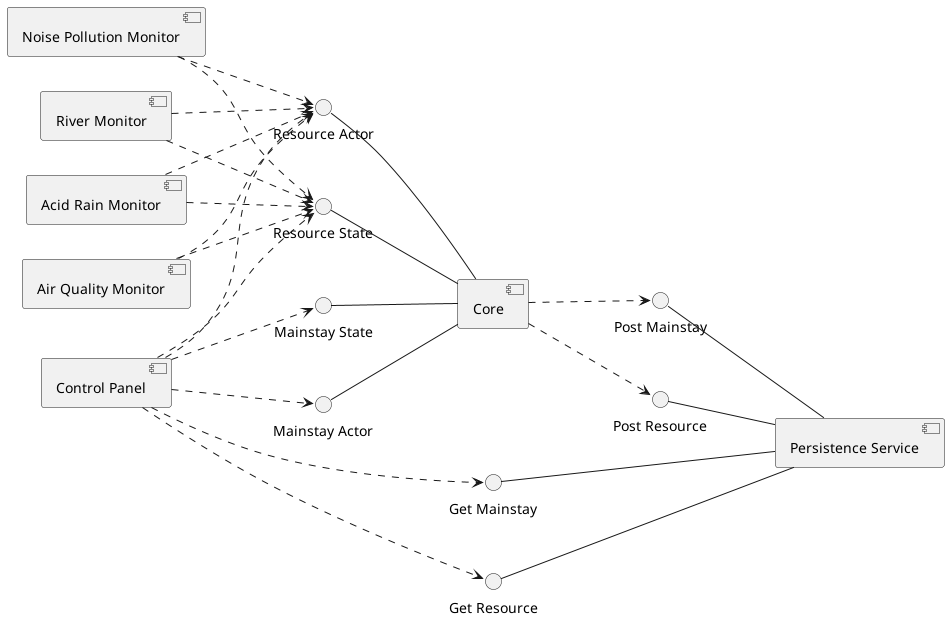
Before: assets/images/core-component-diagram.png, a diagram exported from PlantUML (FilippoVissani/CityTwin-report). The source it was exported from:
```plantuml
@startuml

left to right direction

component [Core] as core
component [Control Panel] as controlPanel
component [Acid Rain Monitor] as acidRainMonitor
component [Air Quality Monitor] as airQualityMonitor
component [Noise Pollution Monitor] as noisePollutionMonitor
component [River Monitor] as riverMonitor
component [Persistence Service] as persistenceService

interface "Mainstay Actor" as mainstayActor
interface "Resource Actor" as resourceActor
interface "Resource State" as resourceState
interface "Mainstay State" as mainstayState

interface "Get Resource" as getResource
interface "Post Resource" as postResource
interface "Get Mainstay" as getMainstay
interface "Post Mainstay" as postMainstay

getResource -- persistenceService
postResource -- persistenceService
getMainstay -- persistenceService
postMainstay -- persistenceService

resourceActor -- core
resourceState -- core
mainstayActor -- core
mainstayState -- core

core ..> postResource
core ..> postMainstay

controlPanel ..> getResource
controlPanel ..> getMainstay

controlPanel ..> resourceActor
controlPanel ..> mainstayActor
controlPanel ..> mainstayState
controlPanel ..> resourceState

acidRainMonitor ..> resourceActor
acidRainMonitor ..> resourceState

airQualityMonitor ..> resourceActor
airQualityMonitor ..> resourceState

noisePollutionMonitor ..> resourceActor
noisePollutionMonitor ..> resourceState

riverMonitor ..> resourceActor
riverMonitor ..> resourceState

@enduml
```
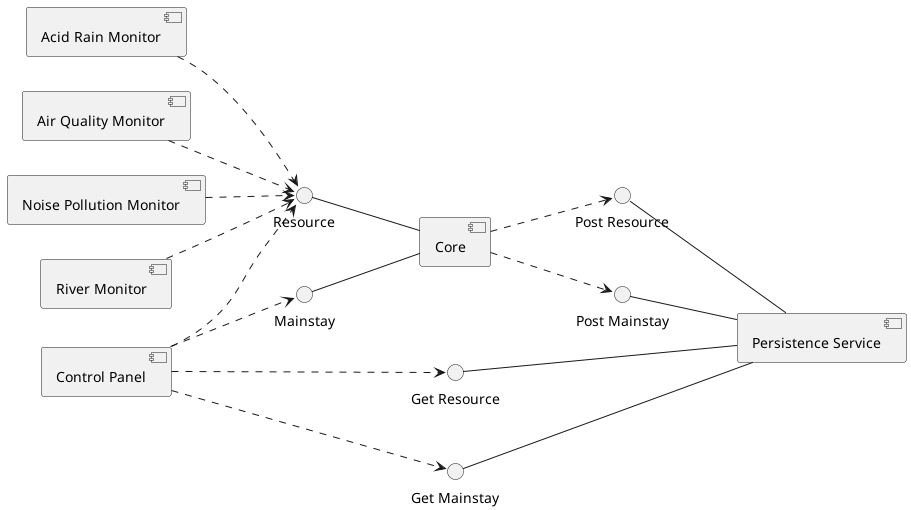
Above is the later version.

Commit message:
docs: improve architecture diagram

What changed in the source:
```diff
@@ -10,10 +10,8 @@
 component [River Monitor] as riverMonitor
 component [Persistence Service] as persistenceService
 
-interface "Mainstay Actor" as mainstayActor
-interface "Resource Actor" as resourceActor
-interface "Resource State" as resourceState
-interface "Mainstay State" as mainstayState
+interface "Resource" as resource
+interface "Mainstay" as mainstay
 
 interface "Get Resource" as getResource
 interface "Post Resource" as postResource
@@ -25,10 +23,8 @@
 getMainstay -- persistenceService
 postMainstay -- persistenceService
 
-resourceActor -- core
-resourceState -- core
-mainstayActor -- core
-mainstayState -- core
+resource -- core
+mainstay -- core
 
 core ..> postResource
 core ..> postMainstay
@@ -36,21 +32,15 @@
 controlPanel ..> getResource
 controlPanel ..> getMainstay
 
-controlPanel ..> resourceActor
-controlPanel ..> mainstayActor
-controlPanel ..> mainstayState
-controlPanel ..> resourceState
+controlPanel ..> mainstay
+controlPanel ..> resource
 
-acidRainMonitor ..> resourceActor
-acidRainMonitor ..> resourceState
+acidRainMonitor ..> resource
 
-airQualityMonitor ..> resourceActor
-airQualityMonitor ..> resourceState
+airQualityMonitor ..> resource
 
-noisePollutionMonitor ..> resourceActor
-noisePollutionMonitor ..> resourceState
+noisePollutionMonitor ..> resource
 
-riverMonitor ..> resourceActor
-riverMonitor ..> resourceState
+riverMonitor ..> resource
 
 @enduml
```
